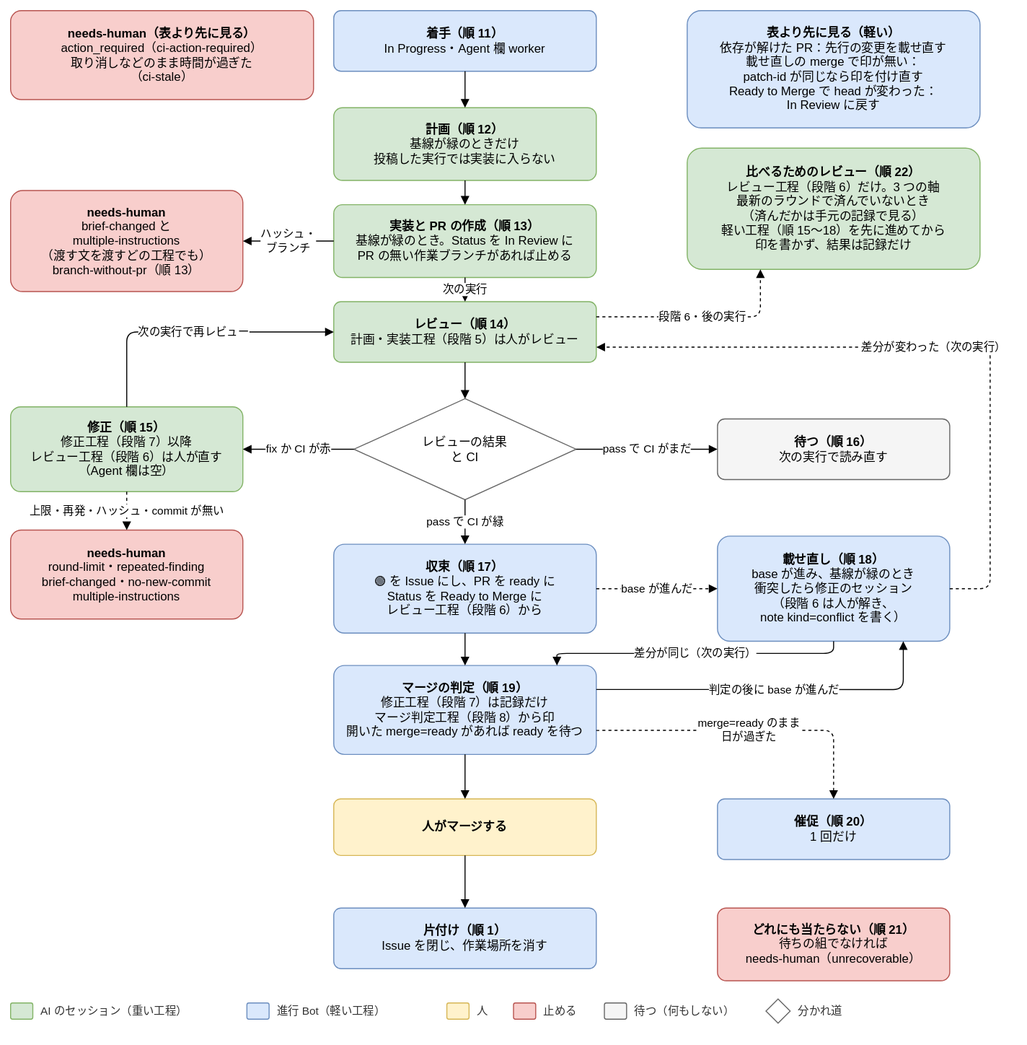
The draw.io diagram docs/design/basic/diagrams/02-next-step-in-progress.drawio.svg in Joymerrevent/dev-autopilot, before a commit. Source tidied: cells renumbered, new cells last; positions are measured from the earlier drawing's top-left corner, leaving out a move shared by most shapes.
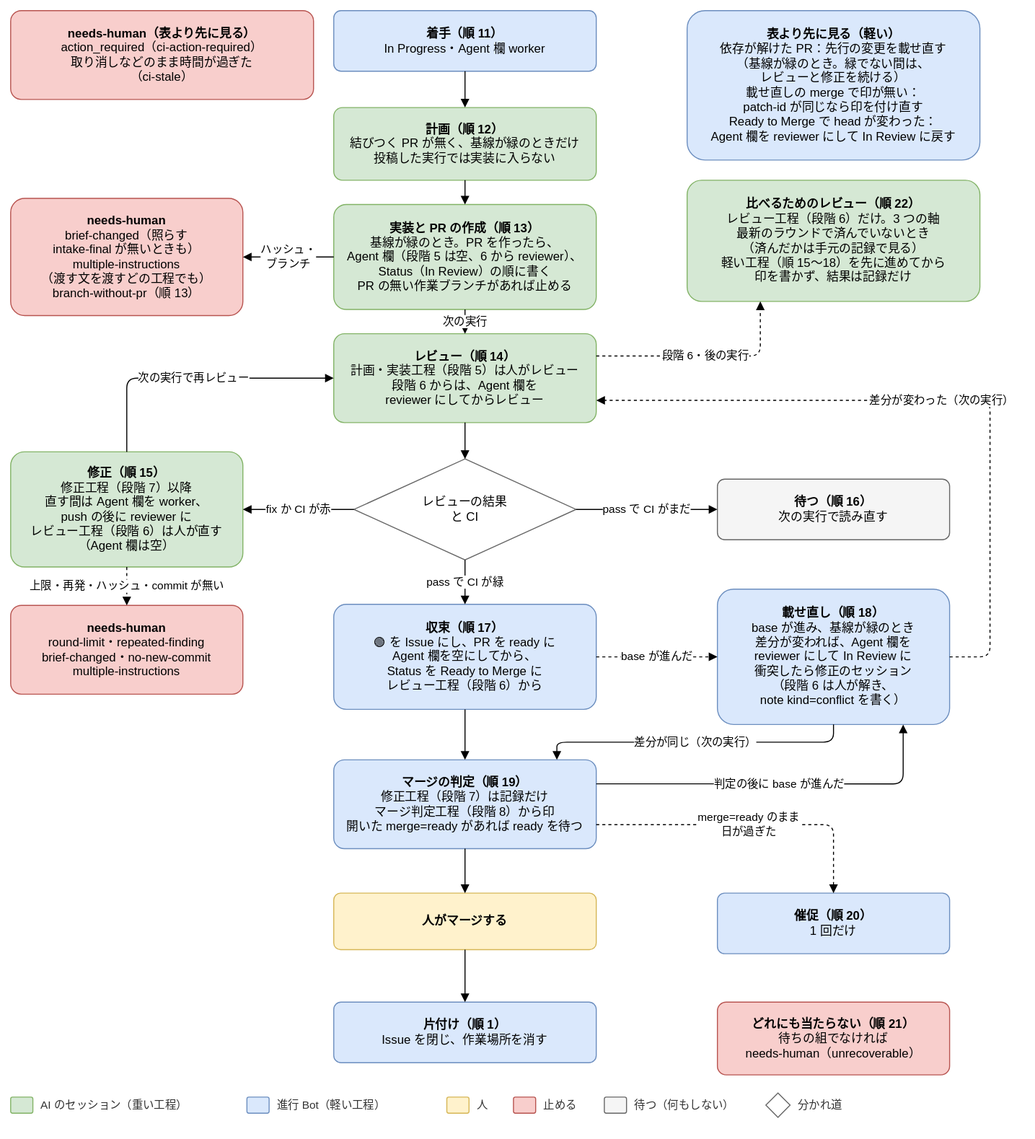
Later version of the same file.

What changed in the source:
```diff
@@ -3,34 +3,34 @@
     <mxCell id="0" />
     <mxCell id="1" parent="0" />
     <mxCell id="2" value="&lt;b&gt;着手（順 11）&lt;/b&gt;&lt;br&gt;In Progress・Agent 欄 worker" style="rounded=1;whiteSpace=wrap;html=1;fontSize=12;arcSize=12;spacing=12;fillColor=#dae8fc;strokeColor=#6c8ebf;" parent="1" vertex="1">
-      <mxGeometry x="320" width="260" height="60" as="geometry" />
+      <mxGeometry x="320" y="-94" width="260" height="60" as="geometry" />
     </mxCell>
-    <mxCell id="3" value="&lt;b&gt;計画（順 12）&lt;/b&gt;&lt;br&gt;基線が緑のときだけ&lt;br&gt;投稿した実行では実装に入らない" style="rounded=1;whiteSpace=wrap;html=1;fontSize=12;arcSize=12;spacing=12;fillColor=#d5e8d4;strokeColor=#82b366;" parent="1" vertex="1">
-      <mxGeometry x="320" y="96" width="260" height="72" as="geometry" />
+    <mxCell id="3" value="&lt;b&gt;計画（順 12）&lt;/b&gt;&lt;br&gt;結びつく PR が無く、基線が緑のときだけ&lt;br&gt;投稿した実行では実装に入らない" style="rounded=1;whiteSpace=wrap;html=1;fontSize=12;arcSize=12;spacing=12;fillColor=#d5e8d4;strokeColor=#82b366;" parent="1" vertex="1">
+      <mxGeometry x="320" y="2" width="260" height="72" as="geometry" />
     </mxCell>
-    <mxCell id="4" value="&lt;b&gt;実装と PR の作成（順 13）&lt;/b&gt;&lt;br&gt;基線が緑のとき。Status を In Review に&lt;br&gt;PR の無い作業ブランチがあれば止める" style="rounded=1;whiteSpace=wrap;html=1;fontSize=12;arcSize=12;spacing=12;fillColor=#d5e8d4;strokeColor=#82b366;" parent="1" vertex="1">
-      <mxGeometry x="320" y="192" width="260" height="72" as="geometry" />
+    <mxCell id="4" value="&lt;b&gt;実装と PR の作成（順 13）&lt;/b&gt;&lt;br&gt;基線が緑のとき。PR を作ったら、&lt;br&gt;Agent 欄（段階 5 は空、6 から reviewer）、&lt;br&gt;Status（In Review）の順に書く&lt;br&gt;PR の無い作業ブランチがあれば止める" style="rounded=1;whiteSpace=wrap;html=1;fontSize=12;arcSize=12;spacing=12;fillColor=#d5e8d4;strokeColor=#82b366;" parent="1" vertex="1">
+      <mxGeometry x="320" y="98" width="260" height="104" as="geometry" />
     </mxCell>
-    <mxCell id="5" value="&lt;b&gt;レビュー（順 14）&lt;/b&gt;&lt;br&gt;計画・実装工程（段階 5）は人がレビュー" style="rounded=1;whiteSpace=wrap;html=1;fontSize=12;arcSize=12;spacing=12;fillColor=#d5e8d4;strokeColor=#82b366;" parent="1" vertex="1">
-      <mxGeometry x="320" y="288" width="260" height="60" as="geometry" />
+    <mxCell id="5" value="&lt;b&gt;レビュー（順 14）&lt;/b&gt;&lt;br&gt;計画・実装工程（段階 5）は人がレビュー&lt;br&gt;段階 6 からは、Agent 欄を&lt;br&gt;reviewer にしてからレビュー" style="rounded=1;whiteSpace=wrap;html=1;fontSize=12;arcSize=12;spacing=12;fillColor=#d5e8d4;strokeColor=#82b366;" parent="1" vertex="1">
+      <mxGeometry x="320" y="226" width="260" height="88" as="geometry" />
     </mxCell>
     <mxCell id="6" value="レビューの結果&lt;br&gt;と CI" style="rhombus;whiteSpace=wrap;html=1;fontSize=12;spacing=12;fillColor=#ffffff;strokeColor=#666666;" parent="1" vertex="1">
-      <mxGeometry x="340" y="384" width="220" height="100" as="geometry" />
+      <mxGeometry x="340" y="350" width="220" height="100" as="geometry" />
     </mxCell>
-    <mxCell id="7" value="&lt;b&gt;修正（順 15）&lt;/b&gt;&lt;br&gt;修正工程（段階 7）以降&lt;br&gt;レビュー工程（段階 6）は人が直す&lt;br&gt;（Agent 欄は空）" style="rounded=1;whiteSpace=wrap;html=1;fontSize=12;arcSize=12;spacing=12;fillColor=#d5e8d4;strokeColor=#82b366;" parent="1" vertex="1">
-      <mxGeometry y="392" width="230" height="84" as="geometry" />
+    <mxCell id="7" value="&lt;b&gt;修正（順 15）&lt;/b&gt;&lt;br&gt;修正工程（段階 7）以降&lt;br&gt;直す間は Agent 欄を worker、&lt;br&gt;push の後に reviewer に&lt;br&gt;レビュー工程（段階 6）は人が直す&lt;br&gt;（Agent 欄は空）" style="rounded=1;whiteSpace=wrap;html=1;fontSize=12;arcSize=12;spacing=12;fillColor=#d5e8d4;strokeColor=#82b366;" parent="1" vertex="1">
+      <mxGeometry y="343" width="230" height="114" as="geometry" />
     </mxCell>
     <mxCell id="8" value="&lt;b&gt;needs-human&lt;/b&gt;&lt;br&gt;round-limit・repeated-finding&lt;br&gt;brief-changed・no-new-commit&lt;br&gt;multiple-instructions" style="rounded=1;whiteSpace=wrap;html=1;fontSize=12;arcSize=12;spacing=12;fillColor=#f8cecc;strokeColor=#b85450;" parent="1" vertex="1">
-      <mxGeometry y="514" width="230" height="88" as="geometry" />
+      <mxGeometry y="495" width="230" height="88" as="geometry" />
     </mxCell>
     <mxCell id="9" value="&lt;b&gt;待つ（順 16）&lt;/b&gt;&lt;br&gt;次の実行で読み直す" style="rounded=1;whiteSpace=wrap;html=1;fontSize=12;arcSize=12;spacing=12;fillColor=#f5f5f5;strokeColor=#666666;" parent="1" vertex="1">
-      <mxGeometry x="700" y="404" width="230" height="60" as="geometry" />
+      <mxGeometry x="700" y="370" width="230" height="60" as="geometry" />
     </mxCell>
-    <mxCell id="10" value="&lt;b&gt;収束（順 17）&lt;/b&gt;&lt;br&gt;🟢 を Issue にし、PR を ready に&lt;br&gt;Status を Ready to Merge に&lt;br&gt;レビュー工程（段階 6）から" style="rounded=1;whiteSpace=wrap;html=1;fontSize=12;arcSize=12;spacing=12;fillColor=#dae8fc;strokeColor=#6c8ebf;" parent="1" vertex="1">
-      <mxGeometry x="320" y="528" width="260" height="88" as="geometry" />
+    <mxCell id="10" value="&lt;b&gt;収束（順 17）&lt;/b&gt;&lt;br&gt;🟢 を Issue にし、PR を ready に&lt;br&gt;Agent 欄を空にしてから、&lt;br&gt;Status を Ready to Merge に&lt;br&gt;レビュー工程（段階 6）から" style="rounded=1;whiteSpace=wrap;html=1;fontSize=12;arcSize=12;spacing=12;fillColor=#dae8fc;strokeColor=#6c8ebf;" parent="1" vertex="1">
+      <mxGeometry x="320" y="494" width="260" height="104" as="geometry" />
     </mxCell>
-    <mxCell id="11" value="&lt;b&gt;載せ直し（順 18）&lt;/b&gt;&lt;br&gt;base が進み、基線が緑のとき&lt;br&gt;衝突したら修正のセッション&lt;br&gt;（段階 6 は人が解き、&lt;br&gt;note kind=conflict を書く）" style="rounded=1;whiteSpace=wrap;html=1;fontSize=12;arcSize=12;spacing=12;fillColor=#dae8fc;strokeColor=#6c8ebf;" parent="1" vertex="1">
-      <mxGeometry x="700" y="520" width="230" height="104" as="geometry" />
+    <mxCell id="11" value="&lt;b&gt;載せ直し（順 18）&lt;/b&gt;&lt;br&gt;base が進み、基線が緑のとき&lt;br&gt;差分が変われば、Agent 欄を&lt;br&gt;reviewer にして In Review に&lt;br&gt;衝突したら修正のセッション&lt;br&gt;（段階 6 は人が解き、&lt;br&gt;note kind=conflict を書く）" style="rounded=1;whiteSpace=wrap;html=1;fontSize=12;arcSize=12;spacing=12;fillColor=#dae8fc;strokeColor=#6c8ebf;" parent="1" vertex="1">
+      <mxGeometry x="700" y="479" width="230" height="134" as="geometry" />
     </mxCell>
     <mxCell id="12" value="&lt;b&gt;マージの判定（順 19）&lt;/b&gt;&lt;br&gt;修正工程（段階 7）は記録だけ&lt;br&gt;マージ判定工程（段階 8）から印&lt;br&gt;開いた merge=ready があれば ready を待つ" style="rounded=1;whiteSpace=wrap;html=1;fontSize=12;arcSize=12;spacing=12;fillColor=#dae8fc;strokeColor=#6c8ebf;" parent="1" vertex="1">
       <mxGeometry x="320" y="648" width="260" height="88" as="geometry" />
@@ -83,8 +83,8 @@
     <mxCell id="28" value="差分が変わった（次の実行）" style="edgeStyle=orthogonalEdgeStyle;rounded=1;html=1;endArrow=block;endFill=1;fontSize=11;labelBackgroundColor=#ffffff;dashed=1;exitX=1;exitY=0.5;exitDx=0;exitDy=0;entryX=1;entryY=0.75;entryDx=0;entryDy=0;" parent="1" edge="1" source="11" target="5">
       <mxGeometry relative="1" as="geometry">
         <Array as="points">
-          <mxPoint x="970" y="572" />
-          <mxPoint x="970" y="333" />
+          <mxPoint x="970" y="546" />
+          <mxPoint x="970" y="292" />
         </Array>
       </mxGeometry>
     </mxCell>
@@ -122,10 +122,10 @@
       <mxGeometry x="526" y="980" width="46" height="20" as="geometry" />
     </mxCell>
     <mxCell id="40" value="&lt;b&gt;needs-human（表より先に見る）&lt;/b&gt;&lt;br&gt;action_required（ci-action-required）&lt;br&gt;取り消しなどのまま時間が過ぎた&lt;br&gt;（ci-stale）" style="rounded=1;whiteSpace=wrap;html=1;fontSize=12;arcSize=12;spacing=12;fillColor=#f8cecc;strokeColor=#b85450;" parent="1" vertex="1">
-      <mxGeometry width="300" height="88" as="geometry" />
+      <mxGeometry y="-94" width="300" height="88" as="geometry" />
     </mxCell>
-    <mxCell id="41" value="&lt;b&gt;needs-human&lt;/b&gt;&lt;br&gt;brief-changed と&lt;br&gt;multiple-instructions&lt;br&gt;（渡す文を渡すどの工程でも）&lt;br&gt;branch-without-pr（順 13）" style="rounded=1;whiteSpace=wrap;html=1;fontSize=12;arcSize=12;spacing=12;fillColor=#f8cecc;strokeColor=#b85450;" parent="1" vertex="1">
-      <mxGeometry y="178" width="230" height="100" as="geometry" />
+    <mxCell id="41" value="&lt;b&gt;needs-human&lt;/b&gt;&lt;br&gt;brief-changed（照らす&lt;br&gt;intake-final が無いときも）&lt;br&gt;multiple-instructions&lt;br&gt;（渡す文を渡すどの工程でも）&lt;br&gt;branch-without-pr（順 13）" style="rounded=1;whiteSpace=wrap;html=1;fontSize=12;arcSize=12;spacing=12;fillColor=#f8cecc;strokeColor=#b85450;" parent="1" vertex="1">
+      <mxGeometry y="92" width="230" height="116" as="geometry" />
     </mxCell>
     <mxCell id="42" value="ハッシュ・&lt;br&gt;ブランチ" style="edgeStyle=orthogonalEdgeStyle;rounded=1;html=1;endArrow=block;endFill=1;fontSize=11;labelBackgroundColor=#ffffff;exitX=0;exitY=0.5;exitDx=0;exitDy=0;entryX=1;entryY=0.5;entryDx=0;entryDy=0;" parent="1" edge="1" source="4" target="41">
       <mxGeometry relative="1" as="geometry" />
@@ -145,14 +145,14 @@
     <mxCell id="47" value="分かれ道" style="text;html=1;align=left;verticalAlign=middle;fontSize=11;fontColor=#333333;" parent="1" vertex="1">
       <mxGeometry x="778" y="980" width="60" height="20" as="geometry" />
     </mxCell>
-    <mxCell id="48" value="&lt;b&gt;表より先に見る（軽い）&lt;/b&gt;&lt;br&gt;依存が解けた PR：先行の変更を載せ直す&lt;br&gt;載せ直しの merge で印が無い：&lt;br&gt;patch-id が同じなら印を付け直す&lt;br&gt;Ready to Merge で head が変わった：&lt;br&gt;In Review に戻す" style="rounded=1;whiteSpace=wrap;html=1;fontSize=12;arcSize=12;spacing=12;fillColor=#dae8fc;strokeColor=#6c8ebf;" parent="1" vertex="1">
-      <mxGeometry x="670" width="290" height="116" as="geometry" />
+    <mxCell id="48" value="&lt;b&gt;表より先に見る（軽い）&lt;/b&gt;&lt;br&gt;依存が解けた PR：先行の変更を載せ直す&lt;br&gt;（基線が緑のとき。緑でない間は、&lt;br&gt;レビューと修正を続ける）&lt;br&gt;載せ直しの merge で印が無い：&lt;br&gt;patch-id が同じなら印を付け直す&lt;br&gt;Ready to Merge で head が変わった：&lt;br&gt;Agent 欄を reviewer にして In Review に戻す" style="rounded=1;whiteSpace=wrap;html=1;fontSize=12;arcSize=12;spacing=12;fillColor=#dae8fc;strokeColor=#6c8ebf;" parent="1" vertex="1">
+      <mxGeometry x="670" y="-94" width="290" height="148" as="geometry" />
     </mxCell>
     <mxCell id="49" value="&lt;b&gt;どれにも当たらない（順 21）&lt;/b&gt;&lt;br&gt;待ちの組でなければ&lt;br&gt;needs-human（unrecoverable）" style="rounded=1;whiteSpace=wrap;html=1;fontSize=12;arcSize=12;spacing=12;fillColor=#f8cecc;strokeColor=#b85450;" parent="1" vertex="1">
       <mxGeometry x="700" y="888" width="230" height="72" as="geometry" />
     </mxCell>
     <mxCell id="50" value="&lt;b&gt;比べるためのレビュー（順 22）&lt;/b&gt;&lt;br&gt;レビュー工程（段階 6）だけ。3 つの軸&lt;br&gt;最新のラウンドで済んでいないとき&lt;br&gt;（済んだかは手元の記録で見る）&lt;br&gt;軽い工程（順 15〜18）を先に進めてから&lt;br&gt;印を書かず、結果は記録だけ" style="rounded=1;whiteSpace=wrap;html=1;fontSize=12;arcSize=12;spacing=12;fillColor=#d5e8d4;strokeColor=#82b366;" parent="1" vertex="1">
-      <mxGeometry x="670" y="136" width="290" height="120" as="geometry" />
+      <mxGeometry x="670" y="74" width="290" height="120" as="geometry" />
     </mxCell>
     <mxCell id="51" value="段階 6・後の実行" style="edgeStyle=orthogonalEdgeStyle;rounded=1;html=1;endArrow=block;endFill=1;fontSize=11;labelBackgroundColor=#ffffff;dashed=1;exitX=1;exitY=0.25;exitDx=0;exitDy=0;entryX=0.25;entryY=1;entryDx=0;entryDy=0;" parent="1" edge="1" source="5" target="50">
       <mxGeometry relative="1" as="geometry" />
```
